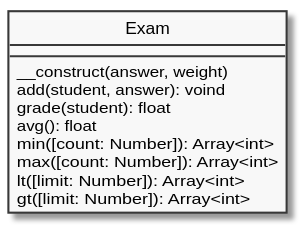
Above: core/object/exam/assets/exam.svg in ifpb/php-exercises (PlantUML), before the change. Source of this version:
```plantuml
@startuml
skinparam classAttributeIconSize 0
skinparam monochrome true
hide circle

class Exam {
  __construct(answer, weight)
  add(student, answer): voind
  grade(student): float
  avg(): float
  min([count: Number]): Array<int>
  max([count: Number]): Array<int>
  lt([limit: Number]): Array<int>
  gt([limit: Number]): Array<int>
}
@enduml
```
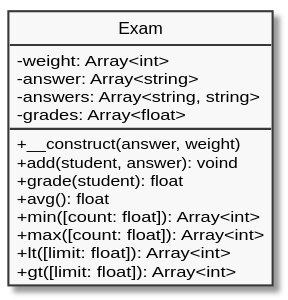
The same file after the commit.

The edit, as a diff of the source:
```diff
@@ -4,13 +4,17 @@
 hide circle
 
 class Exam {
-  __construct(answer, weight)
-  add(student, answer): voind
-  grade(student): float
-  avg(): float
-  min([count: Number]): Array<int>
-  max([count: Number]): Array<int>
-  lt([limit: Number]): Array<int>
-  gt([limit: Number]): Array<int>
+  -weight: Array<int>
+  -answer: Array<string>
+  -answers: Array<string, string>
+  -grades: Array<float>
+  +__construct(answer, weight)
+  +add(student, answer): voind
+  +grade(student): float
+  +avg(): float
+  +min([count: float]): Array<int>
+  +max([count: float]): Array<int>
+  +lt([limit: float]): Array<int>
+  +gt([limit: float]): Array<int>
 }
 @enduml
```
